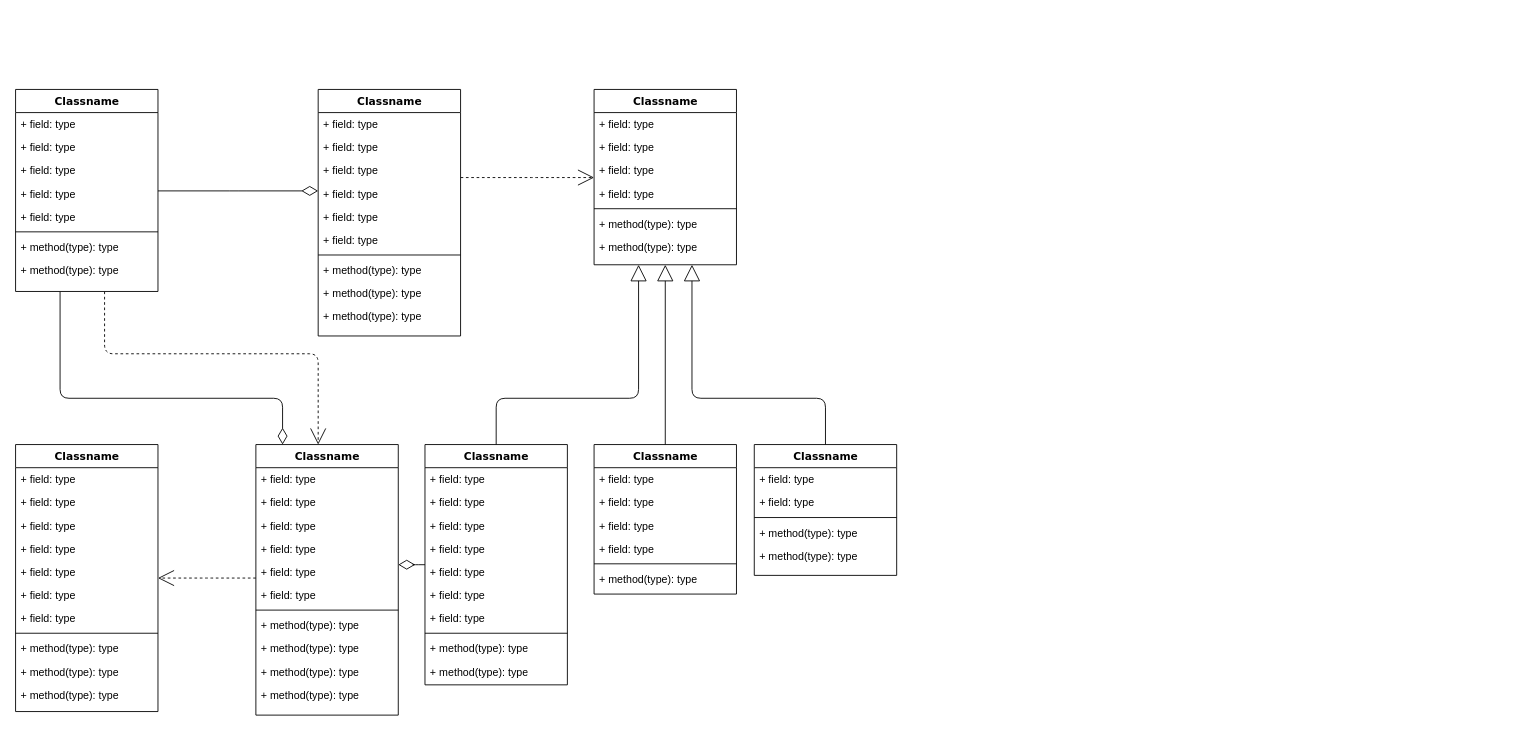
The draw.io diagram 3FG.drawio in liuqirc/roeun-chamnab-rc, before the edit. Source tidied: cells renumbered, new cells numbered last; positions are measured from the earlier drawing's top-left corner, leaving out a move shared by most shapes. Both pictures are drawn from the tidied source at 89%, with x=0, y=0 at pixel (15, 89).
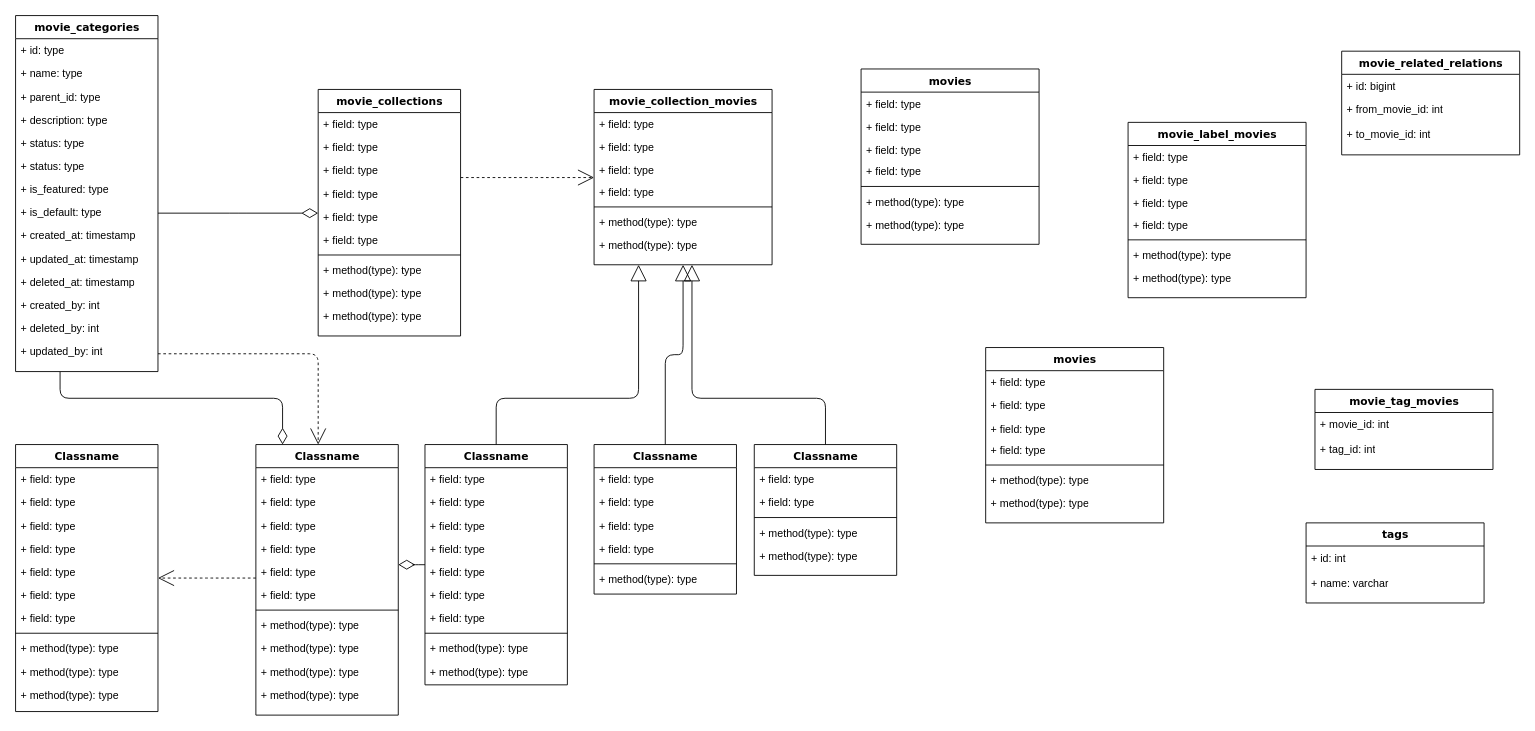
After the change.

The edit, as a diff of the source:
```diff
@@
-    <mxCell id="4" value="Classname" style="swimlane;html=1;fontStyle=1;align=center;verticalAlign=top;horizontal=1;startSize=26;swimlaneFillColor=#ffffff;rounded=0;shadow=0;comic=0;labelBackgroundColor=none;strokeWidth=1;fillColor=none;fontFamily=Verdana;fontSize=12;" parent="1" vertex="1">
-      <mxGeometry width="160" height="227" as="geometry" />
+    <mxCell id="4" value="movie_categories" style="swimlane;html=1;fontStyle=1;align=center;verticalAlign=top;horizontal=1;startSize=26;swimlaneFillColor=#ffffff;rounded=0;shadow=0;comic=0;labelBackgroundColor=none;strokeWidth=1;fillColor=none;fontFamily=Verdana;fontSize=12;" parent="1" vertex="1">
+      <mxGeometry y="-83" width="160" height="400" as="geometry" />
     </mxCell>
-    <mxCell id="5" value="+ field: type" style="text;html=1;strokeColor=none;fillColor=none;align=left;verticalAlign=top;spacingLeft=4;spacingRight=4;whiteSpace=wrap;overflow=hidden;" parent="4" vertex="1">
+    <mxCell id="5" value="+ id: type" style="text;html=1;strokeColor=none;fillColor=none;align=left;verticalAlign=top;spacingLeft=4;spacingRight=4;whiteSpace=wrap;overflow=hidden;" parent="4" vertex="1">
       <mxGeometry y="26" width="160" height="26" as="geometry" />
     </mxCell>
-    <mxCell id="6" value="+ field: type" style="text;html=1;strokeColor=none;fillColor=none;align=left;verticalAlign=top;spacingLeft=4;spacingRight=4;whiteSpace=wrap;overflow=hidden;" parent="4" vertex="1">
+    <mxCell id="6" value="+ name: type" style="text;html=1;strokeColor=none;fillColor=none;align=left;verticalAlign=top;spacingLeft=4;spacingRight=4;whiteSpace=wrap;overflow=hidden;" parent="4" vertex="1">
       <mxGeometry y="52" width="160" height="26" as="geometry" />
     </mxCell>
-    <mxCell id="7" value="+ field: type" style="text;html=1;strokeColor=none;fillColor=none;align=left;verticalAlign=top;spacingLeft=4;spacingRight=4;whiteSpace=wrap;overflow=hidden;" parent="4" vertex="1">
+    <mxCell id="7" value="+ parent_id: type" style="text;html=1;strokeColor=none;fillColor=none;align=left;verticalAlign=top;spacingLeft=4;spacingRight=4;whiteSpace=wrap;overflow=hidden;" parent="4" vertex="1">
       <mxGeometry y="78" width="160" height="26" as="geometry" />
     </mxCell>
-    <mxCell id="8" value="+ field: type" style="text;html=1;strokeColor=none;fillColor=none;align=left;verticalAlign=top;spacingLeft=4;spacingRight=4;whiteSpace=wrap;overflow=hidden;" parent="4" vertex="1">
+    <mxCell id="8" value="+ description: type" style="text;html=1;strokeColor=none;fillColor=none;align=left;verticalAlign=top;spacingLeft=4;spacingRight=4;whiteSpace=wrap;overflow=hidden;" parent="4" vertex="1">
       <mxGeometry y="104" width="160" height="26" as="geometry" />
     </mxCell>
-    <mxCell id="9" value="+ field: type" style="text;html=1;strokeColor=none;fillColor=none;align=left;verticalAlign=top;spacingLeft=4;spacingRight=4;whiteSpace=wrap;overflow=hidden;" parent="4" vertex="1">
+    <mxCell id="9" value="+ status: type" style="text;html=1;strokeColor=none;fillColor=none;align=left;verticalAlign=top;spacingLeft=4;spacingRight=4;whiteSpace=wrap;overflow=hidden;" parent="4" vertex="1">
       <mxGeometry y="130" width="160" height="26" as="geometry" />
     </mxCell>
-    <mxCell id="10" style="line;html=1;strokeWidth=1;fillColor=none;align=left;verticalAlign=middle;spacingTop=-1;spacingLeft=3;spacingRight=3;labelPosition=right;" parent="4" vertex="1">
-      <mxGeometry y="156" width="160" height="8" as="geometry" />
-    </mxCell>
-    <mxCell id="11" value="+ method(type): type" style="text;html=1;strokeColor=none;fillColor=none;align=left;verticalAlign=top;spacingLeft=4;spacingRight=4;whiteSpace=wrap;overflow=hidden;" parent="4" vertex="1">
-      <mxGeometry y="164" width="160" height="26" as="geometry" />
-    </mxCell>
-    <mxCell id="12" value="+ method(type): type" style="text;html=1;strokeColor=none;fillColor=none;align=left;verticalAlign=top;spacingLeft=4;spacingRight=4;whiteSpace=wrap;overflow=hidden;" parent="4" vertex="1">
-      <mxGeometry y="190" width="160" height="26" as="geometry" />
-    </mxCell>
+    <mxCell id="87" value="+ status: type" style="text;html=1;strokeColor=none;fillColor=none;align=left;verticalAlign=top;spacingLeft=4;spacingRight=4;whiteSpace=wrap;overflow=hidden;" parent="4" vertex="1">
+      <mxGeometry y="156" width="160" height="26" as="geometry" />
+    </mxCell>
+    <mxCell id="88" value="+ is_featured: type" style="text;html=1;strokeColor=none;fillColor=none;align=left;verticalAlign=top;spacingLeft=4;spacingRight=4;whiteSpace=wrap;overflow=hidden;" parent="4" vertex="1">
+      <mxGeometry y="182" width="160" height="26" as="geometry" />
+    </mxCell>
+    <mxCell id="89" value="+ is_default: type" style="text;html=1;strokeColor=none;fillColor=none;align=left;verticalAlign=top;spacingLeft=4;spacingRight=4;whiteSpace=wrap;overflow=hidden;" parent="4" vertex="1">
+      <mxGeometry y="208" width="160" height="26" as="geometry" />
+    </mxCell>
+    <mxCell id="90" value="+ created_at: timestamp" style="text;html=1;strokeColor=none;fillColor=none;align=left;verticalAlign=top;spacingLeft=4;spacingRight=4;whiteSpace=wrap;overflow=hidden;" parent="4" vertex="1">
+      <mxGeometry y="234" width="160" height="26" as="geometry" />
+    </mxCell>
+    <mxCell id="91" value="+ updated_at: timestamp" style="text;html=1;strokeColor=none;fillColor=none;align=left;verticalAlign=top;spacingLeft=4;spacingRight=4;whiteSpace=wrap;overflow=hidden;" parent="4" vertex="1">
+      <mxGeometry y="260" width="160" height="26" as="geometry" />
+    </mxCell>
+    <mxCell id="92" value="+ deleted_at: timestamp" style="text;html=1;strokeColor=none;fillColor=none;align=left;verticalAlign=top;spacingLeft=4;spacingRight=4;whiteSpace=wrap;overflow=hidden;" parent="4" vertex="1">
+      <mxGeometry y="286" width="160" height="26" as="geometry" />
+    </mxCell>
+    <mxCell id="93" value="+ created_by: int" style="text;html=1;strokeColor=none;fillColor=none;align=left;verticalAlign=top;spacingLeft=4;spacingRight=4;whiteSpace=wrap;overflow=hidden;" parent="4" vertex="1">
+      <mxGeometry y="312" width="160" height="26" as="geometry" />
+    </mxCell>
+    <mxCell id="94" value="+ deleted_by: int" style="text;html=1;strokeColor=none;fillColor=none;align=left;verticalAlign=top;spacingLeft=4;spacingRight=4;whiteSpace=wrap;overflow=hidden;" parent="4" vertex="1">
+      <mxGeometry y="338" width="160" height="26" as="geometry" />
+    </mxCell>
+    <mxCell id="95" value="+ updated_by: int" style="text;html=1;strokeColor=none;fillColor=none;align=left;verticalAlign=top;spacingLeft=4;spacingRight=4;whiteSpace=wrap;overflow=hidden;" parent="4" vertex="1">
+      <mxGeometry y="364" width="160" height="26" as="geometry" />
+    </mxCell>
@@
-    <mxCell id="14" value="Classname" style="swimlane;html=1;fontStyle=1;align=center;verticalAlign=top;horizontal=1;startSize=26;swimlaneFillColor=#ffffff;rounded=0;shadow=0;comic=0;labelBackgroundColor=none;strokeWidth=1;fillColor=none;fontFamily=Verdana;fontSize=12;" parent="1" vertex="1">
+    <mxCell id="14" value="movie_collections" style="swimlane;html=1;fontStyle=1;align=center;verticalAlign=top;horizontal=1;startSize=26;swimlaneFillColor=#ffffff;rounded=0;shadow=0;comic=0;labelBackgroundColor=none;strokeWidth=1;fillColor=none;fontFamily=Verdana;fontSize=12;" parent="1" vertex="1">
       <mxGeometry x="340" width="160" height="277" as="geometry" />
     </mxCell>
@@
-    <mxCell id="25" value="Classname" style="swimlane;html=1;fontStyle=1;align=center;verticalAlign=top;horizontal=1;startSize=26;swimlaneFillColor=#ffffff;rounded=0;shadow=0;comic=0;labelBackgroundColor=none;strokeWidth=1;fillColor=none;fontFamily=Verdana;fontSize=12;" parent="1" vertex="1">
-      <mxGeometry x="650" width="160" height="197" as="geometry" />
+    <mxCell id="25" value="movie_collection_movies" style="swimlane;html=1;fontStyle=1;align=center;verticalAlign=top;horizontal=1;startSize=26;swimlaneFillColor=#ffffff;rounded=0;shadow=0;comic=0;labelBackgroundColor=none;strokeWidth=1;fillColor=none;fontFamily=Verdana;fontSize=12;" parent="1" vertex="1">
+      <mxGeometry x="650" width="200" height="197" as="geometry" />
     </mxCell>
     <mxCell id="26" value="+ field: type" style="text;html=1;strokeColor=none;fillColor=none;align=left;verticalAlign=top;spacingLeft=4;spacingRight=4;whiteSpace=wrap;overflow=hidden;" parent="25" vertex="1">
-      <mxGeometry y="26" width="160" height="26" as="geometry" />
+      <mxGeometry y="26" width="200" height="26" as="geometry" />
     </mxCell>
     <mxCell id="27" value="+ field: type" style="text;html=1;strokeColor=none;fillColor=none;align=left;verticalAlign=top;spacingLeft=4;spacingRight=4;whiteSpace=wrap;overflow=hidden;" parent="25" vertex="1">
-      <mxGeometry y="52" width="160" height="26" as="geometry" />
+      <mxGeometry y="52" width="200" height="26" as="geometry" />
     </mxCell>
     <mxCell id="28" value="+ field: type" style="text;html=1;strokeColor=none;fillColor=none;align=left;verticalAlign=top;spacingLeft=4;spacingRight=4;whiteSpace=wrap;overflow=hidden;" parent="25" vertex="1">
-      <mxGeometry y="78" width="160" height="26" as="geometry" />
+      <mxGeometry y="78" width="200" height="24" as="geometry" />
     </mxCell>
     <mxCell id="29" value="+ field: type" style="text;html=1;strokeColor=none;fillColor=none;align=left;verticalAlign=top;spacingLeft=4;spacingRight=4;whiteSpace=wrap;overflow=hidden;" parent="25" vertex="1">
-      <mxGeometry y="104" width="160" height="26" as="geometry" />
+      <mxGeometry y="102" width="200" height="26" as="geometry" />
     </mxCell>
     <mxCell id="30" style="line;html=1;strokeWidth=1;fillColor=none;align=left;verticalAlign=middle;spacingTop=-1;spacingLeft=3;spacingRight=3;labelPosition=right;" parent="25" vertex="1">
-      <mxGeometry y="130" width="160" height="8" as="geometry" />
+      <mxGeometry y="128" width="200" height="8" as="geometry" />
     </mxCell>
     <mxCell id="31" value="+ method(type): type" style="text;html=1;strokeColor=none;fillColor=none;align=left;verticalAlign=top;spacingLeft=4;spacingRight=4;whiteSpace=wrap;overflow=hidden;" parent="25" vertex="1">
-      <mxGeometry y="138" width="160" height="26" as="geometry" />
+      <mxGeometry y="136" width="200" height="26" as="geometry" />
     </mxCell>
     <mxCell id="32" value="+ method(type): type" style="text;html=1;strokeColor=none;fillColor=none;align=left;verticalAlign=top;spacingLeft=4;spacingRight=4;whiteSpace=wrap;overflow=hidden;" parent="25" vertex="1">
-      <mxGeometry y="164" width="160" height="26" as="geometry" />
+      <mxGeometry y="162" width="200" height="26" as="geometry" />
     </mxCell>
@@
+    <mxCell id="96" value="movies" style="swimlane;html=1;fontStyle=1;align=center;verticalAlign=top;horizontal=1;startSize=26;swimlaneFillColor=#ffffff;rounded=0;shadow=0;comic=0;labelBackgroundColor=none;strokeWidth=1;fillColor=none;fontFamily=Verdana;fontSize=12;" parent="1" vertex="1">
+      <mxGeometry x="950" y="-23" width="200" height="197" as="geometry" />
+    </mxCell>
+    <mxCell id="97" value="+ field: type" style="text;html=1;strokeColor=none;fillColor=none;align=left;verticalAlign=top;spacingLeft=4;spacingRight=4;whiteSpace=wrap;overflow=hidden;" parent="96" vertex="1">
+      <mxGeometry y="26" width="200" height="26" as="geometry" />
+    </mxCell>
+    <mxCell id="98" value="+ field: type" style="text;html=1;strokeColor=none;fillColor=none;align=left;verticalAlign=top;spacingLeft=4;spacingRight=4;whiteSpace=wrap;overflow=hidden;" parent="96" vertex="1">
+      <mxGeometry y="52" width="200" height="26" as="geometry" />
+    </mxCell>
+    <mxCell id="99" value="+ field: type" style="text;html=1;strokeColor=none;fillColor=none;align=left;verticalAlign=top;spacingLeft=4;spacingRight=4;whiteSpace=wrap;overflow=hidden;" parent="96" vertex="1">
+      <mxGeometry y="78" width="200" height="24" as="geometry" />
+    </mxCell>
+    <mxCell id="100" value="+ field: type" style="text;html=1;strokeColor=none;fillColor=none;align=left;verticalAlign=top;spacingLeft=4;spacingRight=4;whiteSpace=wrap;overflow=hidden;" parent="96" vertex="1">
+      <mxGeometry y="102" width="200" height="26" as="geometry" />
+    </mxCell>
+    <mxCell id="101" style="line;html=1;strokeWidth=1;fillColor=none;align=left;verticalAlign=middle;spacingTop=-1;spacingLeft=3;spacingRight=3;labelPosition=right;" parent="96" vertex="1">
+      <mxGeometry y="128" width="200" height="8" as="geometry" />
+    </mxCell>
+    <mxCell id="102" value="+ method(type): type" style="text;html=1;strokeColor=none;fillColor=none;align=left;verticalAlign=top;spacingLeft=4;spacingRight=4;whiteSpace=wrap;overflow=hidden;" parent="96" vertex="1">
+      <mxGeometry y="136" width="200" height="26" as="geometry" />
+    </mxCell>
+    <mxCell id="103" value="+ method(type): type" style="text;html=1;strokeColor=none;fillColor=none;align=left;verticalAlign=top;spacingLeft=4;spacingRight=4;whiteSpace=wrap;overflow=hidden;" parent="96" vertex="1">
+      <mxGeometry y="162" width="200" height="26" as="geometry" />
+    </mxCell>
+    <mxCell id="104" value="movies" style="swimlane;html=1;fontStyle=1;align=center;verticalAlign=top;horizontal=1;startSize=26;swimlaneFillColor=#ffffff;rounded=0;shadow=0;comic=0;labelBackgroundColor=none;strokeWidth=1;fillColor=none;fontFamily=Verdana;fontSize=12;" parent="1" vertex="1">
+      <mxGeometry x="1090" y="290" width="200" height="197" as="geometry" />
+    </mxCell>
+    <mxCell id="105" value="+ field: type" style="text;html=1;strokeColor=none;fillColor=none;align=left;verticalAlign=top;spacingLeft=4;spacingRight=4;whiteSpace=wrap;overflow=hidden;" parent="104" vertex="1">
+      <mxGeometry y="26" width="200" height="26" as="geometry" />
+    </mxCell>
+    <mxCell id="106" value="+ field: type" style="text;html=1;strokeColor=none;fillColor=none;align=left;verticalAlign=top;spacingLeft=4;spacingRight=4;whiteSpace=wrap;overflow=hidden;" parent="104" vertex="1">
+      <mxGeometry y="52" width="200" height="26" as="geometry" />
+    </mxCell>
+    <mxCell id="107" value="+ field: type" style="text;html=1;strokeColor=none;fillColor=none;align=left;verticalAlign=top;spacingLeft=4;spacingRight=4;whiteSpace=wrap;overflow=hidden;" parent="104" vertex="1">
+      <mxGeometry y="78" width="200" height="24" as="geometry" />
+    </mxCell>
+    <mxCell id="108" value="+ field: type" style="text;html=1;strokeColor=none;fillColor=none;align=left;verticalAlign=top;spacingLeft=4;spacingRight=4;whiteSpace=wrap;overflow=hidden;" parent="104" vertex="1">
+      <mxGeometry y="102" width="200" height="26" as="geometry" />
+    </mxCell>
+    <mxCell id="109" style="line;html=1;strokeWidth=1;fillColor=none;align=left;verticalAlign=middle;spacingTop=-1;spacingLeft=3;spacingRight=3;labelPosition=right;" parent="104" vertex="1">
+      <mxGeometry y="128" width="200" height="8" as="geometry" />
+    </mxCell>
+    <mxCell id="110" value="+ method(type): type" style="text;html=1;strokeColor=none;fillColor=none;align=left;verticalAlign=top;spacingLeft=4;spacingRight=4;whiteSpace=wrap;overflow=hidden;" parent="104" vertex="1">
+      <mxGeometry y="136" width="200" height="26" as="geometry" />
+    </mxCell>
+    <mxCell id="111" value="+ method(type): type" style="text;html=1;strokeColor=none;fillColor=none;align=left;verticalAlign=top;spacingLeft=4;spacingRight=4;whiteSpace=wrap;overflow=hidden;" parent="104" vertex="1">
+      <mxGeometry y="162" width="200" height="26" as="geometry" />
+    </mxCell>
+    <mxCell id="112" value="movie_label_movies" style="swimlane;html=1;fontStyle=1;align=center;verticalAlign=top;horizontal=1;startSize=26;swimlaneFillColor=#ffffff;rounded=0;shadow=0;comic=0;labelBackgroundColor=none;strokeWidth=1;fillColor=none;fontFamily=Verdana;fontSize=12;" parent="1" vertex="1">
+      <mxGeometry x="1250" y="37" width="200" height="197" as="geometry" />
+    </mxCell>
+    <mxCell id="113" value="+ field: type" style="text;html=1;strokeColor=none;fillColor=none;align=left;verticalAlign=top;spacingLeft=4;spacingRight=4;whiteSpace=wrap;overflow=hidden;" parent="112" vertex="1">
+      <mxGeometry y="26" width="200" height="26" as="geometry" />
+    </mxCell>
+    <mxCell id="114" value="+ field: type" style="text;html=1;strokeColor=none;fillColor=none;align=left;verticalAlign=top;spacingLeft=4;spacingRight=4;whiteSpace=wrap;overflow=hidden;" parent="112" vertex="1">
+      <mxGeometry y="52" width="200" height="26" as="geometry" />
+    </mxCell>
+    <mxCell id="115" value="+ field: type" style="text;html=1;strokeColor=none;fillColor=none;align=left;verticalAlign=top;spacingLeft=4;spacingRight=4;whiteSpace=wrap;overflow=hidden;" parent="112" vertex="1">
+      <mxGeometry y="78" width="200" height="24" as="geometry" />
+    </mxCell>
+    <mxCell id="116" value="+ field: type" style="text;html=1;strokeColor=none;fillColor=none;align=left;verticalAlign=top;spacingLeft=4;spacingRight=4;whiteSpace=wrap;overflow=hidden;" parent="112" vertex="1">
+      <mxGeometry y="102" width="200" height="26" as="geometry" />
+    </mxCell>
+    <mxCell id="117" style="line;html=1;strokeWidth=1;fillColor=none;align=left;verticalAlign=middle;spacingTop=-1;spacingLeft=3;spacingRight=3;labelPosition=right;" parent="112" vertex="1">
+      <mxGeometry y="128" width="200" height="8" as="geometry" />
+    </mxCell>
+    <mxCell id="118" value="+ method(type): type" style="text;html=1;strokeColor=none;fillColor=none;align=left;verticalAlign=top;spacingLeft=4;spacingRight=4;whiteSpace=wrap;overflow=hidden;" parent="112" vertex="1">
+      <mxGeometry y="136" width="200" height="26" as="geometry" />
+    </mxCell>
+    <mxCell id="119" value="+ method(type): type" style="text;html=1;strokeColor=none;fillColor=none;align=left;verticalAlign=top;spacingLeft=4;spacingRight=4;whiteSpace=wrap;overflow=hidden;" parent="112" vertex="1">
+      <mxGeometry y="162" width="200" height="26" as="geometry" />
+    </mxCell>
+    <mxCell id="120" value="movie_related_relations" style="swimlane;html=1;fontStyle=1;align=center;verticalAlign=top;horizontal=1;startSize=26;swimlaneFillColor=#ffffff;rounded=0;shadow=0;comic=0;labelBackgroundColor=none;strokeWidth=1;fillColor=none;fontFamily=Verdana;fontSize=12;" parent="1" vertex="1">
+      <mxGeometry x="1490" y="-43" width="200" height="116.5" as="geometry" />
+    </mxCell>
+    <mxCell id="121" value="+ id: bigint" style="text;html=1;strokeColor=none;fillColor=none;align=left;verticalAlign=top;spacingLeft=4;spacingRight=4;whiteSpace=wrap;overflow=hidden;" parent="120" vertex="1">
+      <mxGeometry y="26" width="200" height="26" as="geometry" />
+    </mxCell>
+    <mxCell id="122" value="+ from_movie_id: int" style="text;html=1;strokeColor=none;fillColor=none;align=left;verticalAlign=top;spacingLeft=4;spacingRight=4;whiteSpace=wrap;overflow=hidden;" parent="120" vertex="1">
+      <mxGeometry y="52" width="200" height="28" as="geometry" />
+    </mxCell>
+    <mxCell id="123" value="+ to_movie_id: int" style="text;html=1;strokeColor=none;fillColor=none;align=left;verticalAlign=top;spacingLeft=4;spacingRight=4;whiteSpace=wrap;overflow=hidden;" parent="120" vertex="1">
+      <mxGeometry y="80" width="200" height="24" as="geometry" />
+    </mxCell>
+    <mxCell id="124" value="movie_tag_movies" style="swimlane;html=1;fontStyle=1;align=center;verticalAlign=top;horizontal=1;startSize=26;swimlaneFillColor=#ffffff;rounded=0;shadow=0;comic=0;labelBackgroundColor=none;strokeWidth=1;fillColor=none;fontFamily=Verdana;fontSize=12;" parent="1" vertex="1">
+      <mxGeometry x="1460" y="337" width="200" height="90" as="geometry" />
+    </mxCell>
+    <mxCell id="125" value="+ movie_id: int" style="text;html=1;strokeColor=none;fillColor=none;align=left;verticalAlign=top;spacingLeft=4;spacingRight=4;whiteSpace=wrap;overflow=hidden;" parent="124" vertex="1">
+      <mxGeometry y="26" width="200" height="28" as="geometry" />
+    </mxCell>
+    <mxCell id="126" value="+ tag_id: int" style="text;html=1;strokeColor=none;fillColor=none;align=left;verticalAlign=top;spacingLeft=4;spacingRight=4;whiteSpace=wrap;overflow=hidden;" parent="124" vertex="1">
+      <mxGeometry y="54" width="200" height="24" as="geometry" />
+    </mxCell>
+    <mxCell id="127" value="tags" style="swimlane;html=1;fontStyle=1;align=center;verticalAlign=top;horizontal=1;startSize=26;swimlaneFillColor=#ffffff;rounded=0;shadow=0;comic=0;labelBackgroundColor=none;strokeWidth=1;fillColor=none;fontFamily=Verdana;fontSize=12;" parent="1" vertex="1">
+      <mxGeometry x="1450" y="487" width="200" height="90" as="geometry" />
+    </mxCell>
+    <mxCell id="128" value="+ id: int" style="text;html=1;strokeColor=none;fillColor=none;align=left;verticalAlign=top;spacingLeft=4;spacingRight=4;whiteSpace=wrap;overflow=hidden;" parent="127" vertex="1">
+      <mxGeometry y="26" width="200" height="28" as="geometry" />
+    </mxCell>
+    <mxCell id="129" value="+ name: varchar" style="text;html=1;strokeColor=none;fillColor=none;align=left;verticalAlign=top;spacingLeft=4;spacingRight=4;whiteSpace=wrap;overflow=hidden;" parent="127" vertex="1">
+      <mxGeometry y="54" width="200" height="24" as="geometry" />
+    </mxCell>
```
